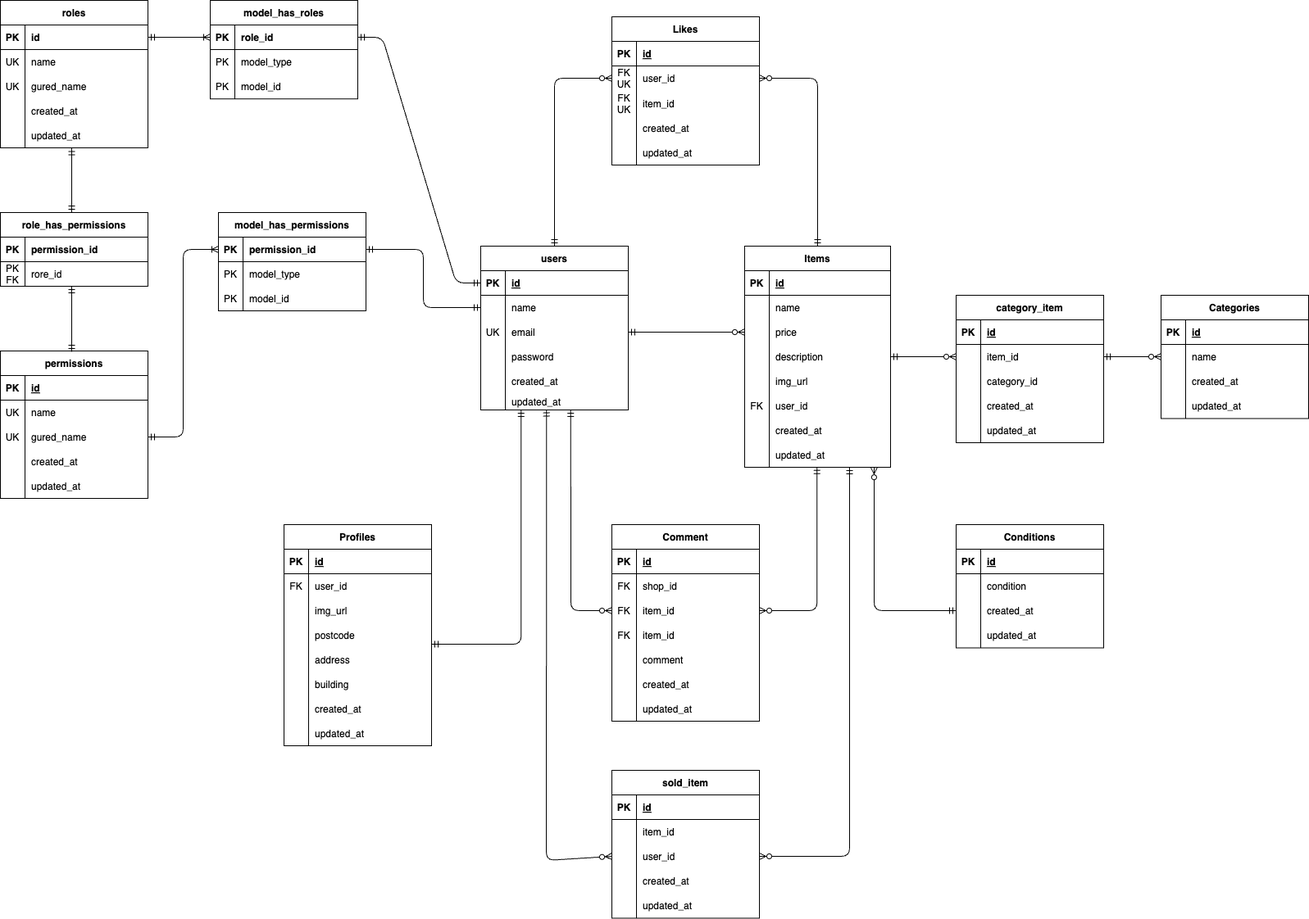
mdrgreen39/coachtech-furima keeps this draw.io diagram as free-er.drawio.png. Above is the earlier version. Source tidied: cells renumbered, new cells last; positions are measured from the earlier drawing's top-left corner, leaving out a move shared by most shapes.
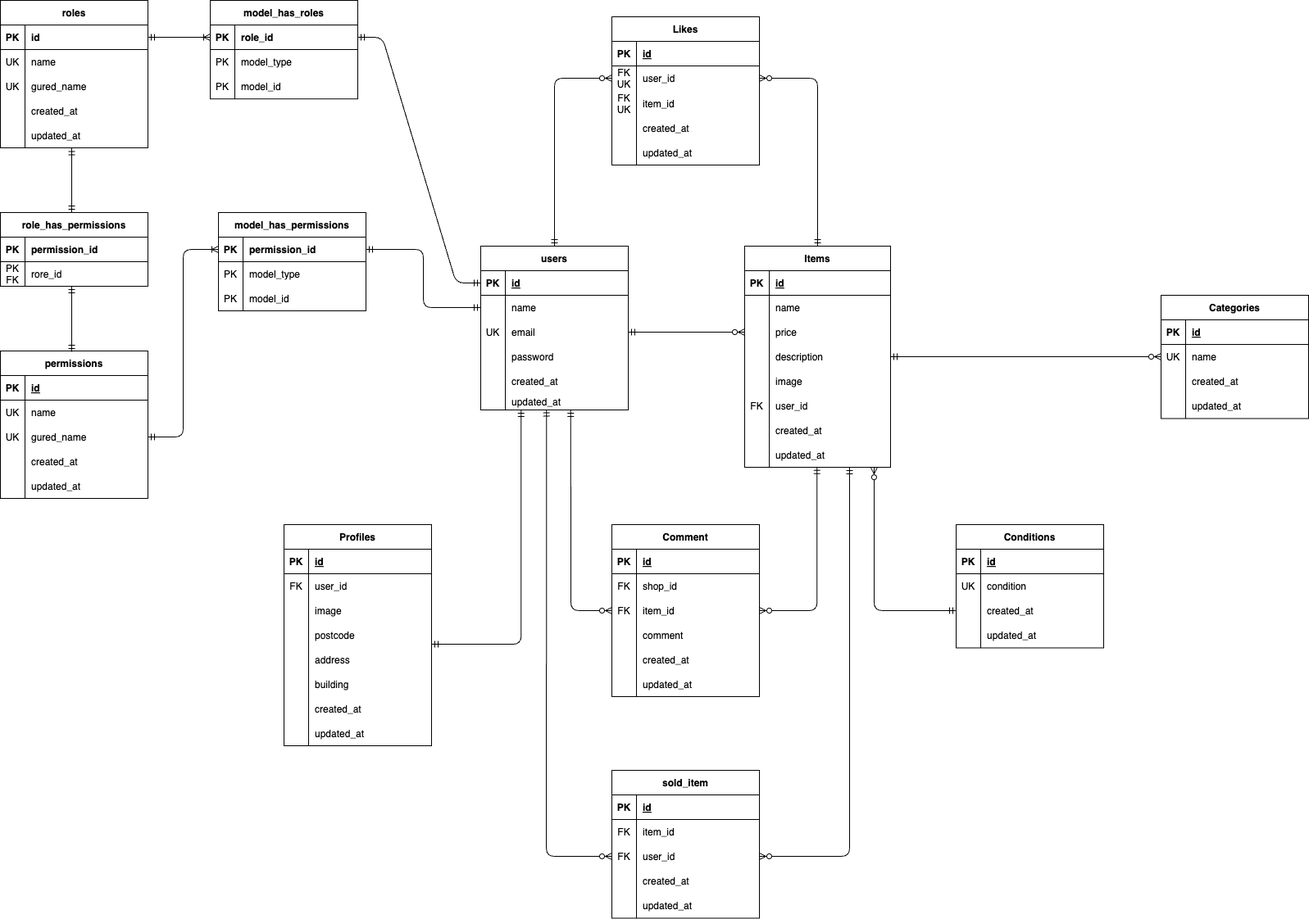
After the commit.

The edit, as a diff of the source:
```diff
@@ -59,54 +59,6 @@
     <mxCell id="20" value="updated_at" style="shape=partialRectangle;fillColor=none;top=0;left=0;bottom=0;right=0;align=left;spacingLeft=6;overflow=hidden;fontColor=#000000;" parent="18" vertex="1">
       <mxGeometry x="30" width="150" height="20" as="geometry" />
     </mxCell>
-    <mxCell id="21" value="category_item" style="shape=table;startSize=30;rowLines=0;fontStyle=1;align=center;fillColor=none;fontColor=#000000;strokeColor=#000000;" parent="1" vertex="1">
-      <mxGeometry x="1166" y="360" width="180" height="180" as="geometry" />
-    </mxCell>
-    <mxCell id="22" style="shape=tableRow;horizontal=0;startSize=0;swimlaneHead=0;swimlaneBody=0;fillColor=none;top=0;left=0;right=0;bottom=1;strokeColor=#000000;" parent="21" vertex="1">
-      <mxGeometry y="30" width="180" height="30" as="geometry" />
-    </mxCell>
-    <mxCell id="23" value="PK" style="shape=partialRectangle;fillColor=none;top=0;left=0;bottom=0;right=0;fontStyle=1;overflow=hidden;strokeColor=#000000;fontColor=#000000;" parent="22" vertex="1">
-      <mxGeometry width="30" height="30" as="geometry" />
-    </mxCell>
-    <mxCell id="24" value="id" style="shape=partialRectangle;fillColor=none;top=0;left=0;bottom=0;right=0;align=left;spacingLeft=6;fontStyle=5;overflow=hidden;strokeColor=#000000;fontColor=#000000;" parent="22" vertex="1">
-      <mxGeometry x="30" width="150" height="30" as="geometry" />
-    </mxCell>
-    <mxCell id="25" style="shape=tableRow;horizontal=0;startSize=0;swimlaneHead=0;swimlaneBody=0;fillColor=none;points=[[0,0.5],[1,0.5]];portConstraint=eastwest;top=0;left=0;right=0;bottom=0;" parent="21" vertex="1">
-      <mxGeometry y="60" width="180" height="30" as="geometry" />
-    </mxCell>
-    <mxCell id="26" style="shape=partialRectangle;fillColor=none;top=0;left=0;bottom=0;right=0;overflow=hidden;strokeColor=#000000;fontColor=#000000;" parent="25" vertex="1">
-      <mxGeometry width="30" height="30" as="geometry" />
-    </mxCell>
-    <mxCell id="27" value="item_id" style="shape=partialRectangle;fillColor=none;top=0;left=0;bottom=0;right=0;align=left;spacingLeft=6;overflow=hidden;strokeColor=#000000;fontColor=#000000;" parent="25" vertex="1">
-      <mxGeometry x="30" width="150" height="30" as="geometry" />
-    </mxCell>
-    <mxCell id="28" style="shape=tableRow;horizontal=0;startSize=0;swimlaneHead=0;swimlaneBody=0;fillColor=none;top=0;left=0;right=0;bottom=0;" parent="21" vertex="1">
-      <mxGeometry y="90" width="180" height="30" as="geometry" />
-    </mxCell>
-    <mxCell id="29" style="shape=partialRectangle;fillColor=none;top=0;left=0;bottom=0;right=0;overflow=hidden;fontColor=#000000;" parent="28" vertex="1">
-      <mxGeometry width="30" height="30" as="geometry" />
-    </mxCell>
-    <mxCell id="30" value="category_id" style="shape=partialRectangle;fillColor=none;top=0;left=0;bottom=0;right=0;align=left;spacingLeft=6;overflow=hidden;fontColor=#000000;" parent="28" vertex="1">
-      <mxGeometry x="30" width="150" height="30" as="geometry" />
-    </mxCell>
-    <mxCell id="31" style="shape=tableRow;horizontal=0;startSize=0;swimlaneHead=0;swimlaneBody=0;fillColor=none;top=0;left=0;right=0;bottom=0;" parent="21" vertex="1">
-      <mxGeometry y="120" width="180" height="30" as="geometry" />
-    </mxCell>
-    <mxCell id="32" style="shape=partialRectangle;fillColor=none;top=0;left=0;bottom=0;right=0;overflow=hidden;fontColor=#000000;" parent="31" vertex="1">
-      <mxGeometry width="30" height="30" as="geometry" />
-    </mxCell>
-    <mxCell id="33" value="created_at" style="shape=partialRectangle;fillColor=none;top=0;left=0;bottom=0;right=0;align=left;spacingLeft=6;overflow=hidden;fontColor=#000000;" parent="31" vertex="1">
-      <mxGeometry x="30" width="150" height="30" as="geometry" />
-    </mxCell>
-    <mxCell id="34" style="shape=tableRow;horizontal=0;startSize=0;swimlaneHead=0;swimlaneBody=0;fillColor=none;top=0;left=0;right=0;bottom=0;" parent="21" vertex="1">
-      <mxGeometry y="150" width="180" height="30" as="geometry" />
-    </mxCell>
-    <mxCell id="35" style="shape=partialRectangle;fillColor=none;top=0;left=0;bottom=0;right=0;overflow=hidden;fontColor=#000000;" parent="34" vertex="1">
-      <mxGeometry width="30" height="30" as="geometry" />
-    </mxCell>
-    <mxCell id="36" value="updated_at" style="shape=partialRectangle;fillColor=none;top=0;left=0;bottom=0;right=0;align=left;spacingLeft=6;overflow=hidden;fontColor=#000000;" parent="34" vertex="1">
-      <mxGeometry x="30" width="150" height="30" as="geometry" />
-    </mxCell>
     <mxCell id="37" value="Conditions" style="shape=table;startSize=30;rowLines=0;fontStyle=1;align=center;fillColor=none;fontColor=#000000;strokeColor=#000000;" parent="1" vertex="1">
       <mxGeometry x="1166" y="640" width="180" height="150.4" as="geometry" />
     </mxCell>
@@ -122,7 +74,7 @@
     <mxCell id="41" style="shape=tableRow;horizontal=0;startSize=0;swimlaneHead=0;swimlaneBody=0;fillColor=none;top=0;left=0;right=0;bottom=0;" parent="37" vertex="1">
       <mxGeometry y="60" width="180" height="30" as="geometry" />
     </mxCell>
-    <mxCell id="42" style="shape=partialRectangle;fillColor=none;top=0;left=0;bottom=0;right=0;overflow=hidden;strokeColor=#000000;fontColor=#000000;" parent="41" vertex="1">
+    <mxCell id="42" value="UK" style="shape=partialRectangle;fillColor=none;top=0;left=0;bottom=0;right=0;overflow=hidden;strokeColor=#000000;fontColor=#000000;" parent="41" vertex="1">
       <mxGeometry width="30" height="30" as="geometry" />
     </mxCell>
     <mxCell id="43" value="condition" style="shape=partialRectangle;fillColor=none;top=0;left=0;bottom=0;right=0;align=left;spacingLeft=6;overflow=hidden;strokeColor=#000000;fontColor=#000000;" parent="41" vertex="1">
@@ -173,7 +125,7 @@
     <mxCell id="58" style="shape=partialRectangle;fillColor=none;top=0;left=0;bottom=0;right=0;overflow=hidden;fontColor=#000000;" parent="57" vertex="1">
       <mxGeometry width="30" height="30" as="geometry" />
     </mxCell>
-    <mxCell id="59" value="img_url" style="shape=partialRectangle;fillColor=none;top=0;left=0;bottom=0;right=0;align=left;spacingLeft=6;overflow=hidden;fontColor=#000000;" parent="57" vertex="1">
+    <mxCell id="59" value="image" style="shape=partialRectangle;fillColor=none;top=0;left=0;bottom=0;right=0;align=left;spacingLeft=6;overflow=hidden;fontColor=#000000;" parent="57" vertex="1">
       <mxGeometry x="30" width="150" height="30" as="geometry" />
     </mxCell>
     <mxCell id="60" style="shape=tableRow;horizontal=0;startSize=0;swimlaneHead=0;swimlaneBody=0;fillColor=none;top=0;left=0;right=0;bottom=0;" parent="50" vertex="1">
@@ -266,7 +218,7 @@
     <mxCell id="89" style="shape=partialRectangle;fillColor=none;top=0;left=0;bottom=0;right=0;overflow=hidden;fontColor=#000000;" parent="88" vertex="1">
       <mxGeometry width="30" height="30" as="geometry" />
     </mxCell>
-    <mxCell id="90" value="img_url" style="shape=partialRectangle;fillColor=none;top=0;left=0;bottom=0;right=0;align=left;spacingLeft=6;overflow=hidden;fontColor=#000000;" parent="88" vertex="1">
+    <mxCell id="90" value="image" style="shape=partialRectangle;fillColor=none;top=0;left=0;bottom=0;right=0;align=left;spacingLeft=6;overflow=hidden;fontColor=#000000;" parent="88" vertex="1">
       <mxGeometry x="30" width="148" height="30" as="geometry" />
     </mxCell>
     <mxCell id="91" style="shape=tableRow;horizontal=0;startSize=0;swimlaneHead=0;swimlaneBody=0;fillColor=none;top=0;left=0;right=0;bottom=0;" parent="75" vertex="1">
@@ -525,7 +477,7 @@
       <mxGeometry x="30" width="150" height="30" as="geometry" />
     </mxCell>
     <mxCell id="176" value="Comment" style="shape=table;startSize=30;rowLines=0;fontStyle=1;align=center;fillColor=none;fontColor=#000000;strokeColor=#000000;" parent="1" vertex="1">
-      <mxGeometry x="746" y="640" width="180" height="240" as="geometry" />
+      <mxGeometry x="746" y="640" width="180" height="210" as="geometry" />
     </mxCell>
     <mxCell id="177" style="shape=tableRow;horizontal=0;startSize=0;swimlaneHead=0;swimlaneBody=0;fillColor=none;top=0;left=0;right=0;bottom=1;strokeColor=#000000;" parent="176" vertex="1">
       <mxGeometry y="30" width="180" height="30" as="geometry" />
@@ -554,17 +506,8 @@
     <mxCell id="185" value="item_id" style="shape=partialRectangle;fillColor=none;top=0;left=0;bottom=0;right=0;align=left;spacingLeft=6;overflow=hidden;fontColor=#000000;" parent="183" vertex="1">
       <mxGeometry x="30" width="150" height="30" as="geometry" />
     </mxCell>
-    <mxCell id="186" style="shape=tableRow;horizontal=0;startSize=0;swimlaneHead=0;swimlaneBody=0;fillColor=none;top=0;left=0;right=0;bottom=0;" parent="176" vertex="1">
-      <mxGeometry y="120" width="180" height="30" as="geometry" />
-    </mxCell>
-    <mxCell id="187" value="FK" style="shape=partialRectangle;fillColor=none;top=0;left=0;bottom=0;right=0;overflow=hidden;fontColor=#000000;" parent="186" vertex="1">
-      <mxGeometry width="30" height="30" as="geometry" />
-    </mxCell>
-    <mxCell id="188" value="item_id" style="shape=partialRectangle;fillColor=none;top=0;left=0;bottom=0;right=0;align=left;spacingLeft=6;overflow=hidden;fontColor=#000000;" parent="186" vertex="1">
-      <mxGeometry x="30" width="150" height="30" as="geometry" />
-    </mxCell>
     <mxCell id="189" style="shape=tableRow;horizontal=0;startSize=0;swimlaneHead=0;swimlaneBody=0;fillColor=none;top=0;left=0;right=0;bottom=0;" parent="176" vertex="1">
-      <mxGeometry y="150" width="180" height="30" as="geometry" />
+      <mxGeometry y="120" width="180" height="30" as="geometry" />
     </mxCell>
     <mxCell id="190" style="shape=partialRectangle;fillColor=none;top=0;left=0;bottom=0;right=0;overflow=hidden;fontColor=#000000;" parent="189" vertex="1">
       <mxGeometry width="30" height="30" as="geometry" />
@@ -573,7 +516,7 @@
       <mxGeometry x="30" width="150" height="30" as="geometry" />
     </mxCell>
     <mxCell id="192" style="shape=tableRow;horizontal=0;startSize=0;swimlaneHead=0;swimlaneBody=0;fillColor=none;top=0;left=0;right=0;bottom=0;" parent="176" vertex="1">
-      <mxGeometry y="180" width="180" height="30" as="geometry" />
+      <mxGeometry y="150" width="180" height="30" as="geometry" />
     </mxCell>
     <mxCell id="193" style="shape=partialRectangle;fillColor=none;top=0;left=0;bottom=0;right=0;overflow=hidden;fontColor=#000000;" parent="192" vertex="1">
       <mxGeometry width="30" height="30" as="geometry" />
@@ -582,7 +525,7 @@
       <mxGeometry x="30" width="150" height="30" as="geometry" />
     </mxCell>
     <mxCell id="195" style="shape=tableRow;horizontal=0;startSize=0;swimlaneHead=0;swimlaneBody=0;fillColor=none;top=0;left=0;right=0;bottom=0;" parent="176" vertex="1">
-      <mxGeometry y="210" width="180" height="30" as="geometry" />
+      <mxGeometry y="180" width="180" height="30" as="geometry" />
     </mxCell>
     <mxCell id="196" style="shape=partialRectangle;fillColor=none;top=0;left=0;bottom=0;right=0;overflow=hidden;fontColor=#000000;" parent="195" vertex="1">
       <mxGeometry width="30" height="30" as="geometry" />
@@ -633,7 +576,7 @@
     <mxCell id="210" style="shape=tableRow;horizontal=0;startSize=0;swimlaneHead=0;swimlaneBody=0;fillColor=none;points=[[0,0.5],[1,0.5]];portConstraint=eastwest;top=0;left=0;right=0;bottom=0;" parent="206" vertex="1">
       <mxGeometry y="60" width="180" height="30" as="geometry" />
     </mxCell>
-    <mxCell id="211" style="shape=partialRectangle;fillColor=none;top=0;left=0;bottom=0;right=0;overflow=hidden;strokeColor=#000000;fontColor=#000000;" parent="210" vertex="1">
+    <mxCell id="211" value="UK" style="shape=partialRectangle;fillColor=none;top=0;left=0;bottom=0;right=0;overflow=hidden;strokeColor=#000000;fontColor=#000000;" parent="210" vertex="1">
       <mxGeometry width="30" height="30" as="geometry" />
     </mxCell>
     <mxCell id="212" value="name" style="shape=partialRectangle;fillColor=none;top=0;left=0;bottom=0;right=0;align=left;spacingLeft=6;overflow=hidden;strokeColor=#000000;fontColor=#000000;" parent="210" vertex="1">
@@ -672,7 +615,7 @@
     <mxCell id="223" style="shape=tableRow;horizontal=0;startSize=0;swimlaneHead=0;swimlaneBody=0;fillColor=none;top=0;left=0;right=0;bottom=0;" parent="219" vertex="1">
       <mxGeometry y="60" width="180" height="30" as="geometry" />
     </mxCell>
-    <mxCell id="224" style="shape=partialRectangle;fillColor=none;top=0;left=0;bottom=0;right=0;overflow=hidden;strokeColor=#000000;fontColor=#000000;" parent="223" vertex="1">
+    <mxCell id="224" value="FK" style="shape=partialRectangle;fillColor=none;top=0;left=0;bottom=0;right=0;overflow=hidden;strokeColor=#000000;fontColor=#000000;" parent="223" vertex="1">
       <mxGeometry width="30" height="30" as="geometry" />
     </mxCell>
     <mxCell id="225" value="item_id" style="shape=partialRectangle;fillColor=none;top=0;left=0;bottom=0;right=0;align=left;spacingLeft=6;overflow=hidden;strokeColor=#000000;fontColor=#000000;" parent="223" vertex="1">
@@ -681,7 +624,7 @@
     <mxCell id="226" style="shape=tableRow;horizontal=0;startSize=0;swimlaneHead=0;swimlaneBody=0;fillColor=none;points=[[0,0.5],[1,0.5]];portConstraint=eastwest;top=0;left=0;right=0;bottom=0;" parent="219" vertex="1">
       <mxGeometry y="90" width="180" height="30" as="geometry" />
     </mxCell>
-    <mxCell id="227" style="shape=partialRectangle;fillColor=none;top=0;left=0;bottom=0;right=0;overflow=hidden;strokeColor=#000000;fontColor=#000000;" parent="226" vertex="1">
+    <mxCell id="227" value="FK" style="shape=partialRectangle;fillColor=none;top=0;left=0;bottom=0;right=0;overflow=hidden;strokeColor=#000000;fontColor=#000000;" parent="226" vertex="1">
       <mxGeometry width="30" height="30" as="geometry" />
     </mxCell>
     <mxCell id="228" value="user_id" style="shape=partialRectangle;fillColor=none;top=0;left=0;bottom=0;right=0;align=left;spacingLeft=6;overflow=hidden;strokeColor=#000000;fontColor=#000000;" parent="226" vertex="1">
@@ -708,7 +651,7 @@
     <mxCell id="235" style="fontSize=12;html=1;endArrow=ERzeroToMany;startArrow=ERmandOne;strokeColor=#000000;fontColor=#000000;startFill=0;entryX=0;entryY=0.5;entryDx=0;entryDy=0;exitX=0.446;exitY=0.975;exitDx=0;exitDy=0;exitPerimeter=0;" parent="1" edge="1" source="18" target="226">
       <mxGeometry relative="1" as="geometry">
         <Array as="points">
-          <mxPoint x="666" y="1050" />
+          <mxPoint x="666" y="1045" />
         </Array>
       </mxGeometry>
     </mxCell>
@@ -722,12 +665,9 @@
         </Array>
       </mxGeometry>
     </mxCell>
-    <mxCell id="238" style="fontSize=12;html=1;endArrow=ERmandOne;endFill=0;strokeColor=#000000;fontColor=#000000;startArrow=ERzeroToMany;startFill=0;exitX=0;exitY=0.5;exitDx=0;exitDy=0;entryX=1;entryY=0.5;entryDx=0;entryDy=0;" parent="1" edge="1" source="25" target="85">
+    <mxCell id="238" style="fontSize=12;html=1;endArrow=ERmandOne;endFill=0;strokeColor=#000000;fontColor=#000000;startArrow=ERzeroToMany;startFill=0;entryX=1;entryY=0.5;entryDx=0;entryDy=0;" parent="1" edge="1" source="210" target="85">
       <mxGeometry relative="1" as="geometry" />
     </mxCell>
-    <mxCell id="239" style="fontSize=12;html=1;endArrow=ERmandOne;endFill=0;strokeColor=#000000;fontColor=#000000;startArrow=ERzeroToMany;startFill=0;exitX=0;exitY=0.5;exitDx=0;exitDy=0;entryX=1;entryY=0.5;entryDx=0;entryDy=0;" parent="1" edge="1" source="210" target="25">
-      <mxGeometry relative="1" as="geometry" />
-    </mxCell>
     <mxCell id="240" style="fontSize=12;html=1;endArrow=ERzeroToMany;startArrow=ERmandOne;strokeColor=#000000;fontColor=#000000;startFill=0;entryX=1;entryY=0.5;entryDx=0;entryDy=0;edgeStyle=orthogonalEdgeStyle;exitX=0.5;exitY=0;exitDx=0;exitDy=0;" parent="1" edge="1" source="75" target="104">
       <mxGeometry relative="1" as="geometry" />
     </mxCell>
```
